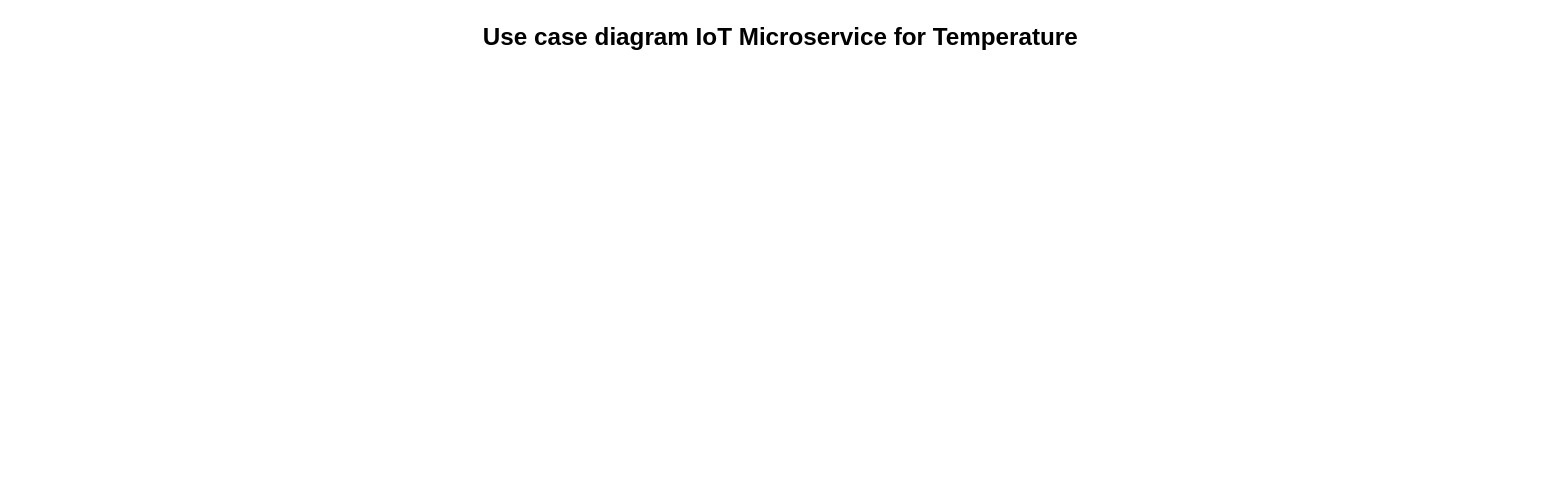
vincentbriat/vincentbriat keeps this draw.io diagram as Advanced_programming_use_case.drawio. Above is the earlier version. Source tidied: cells renumbered, new cells numbered last; positions are measured from the earlier drawing's top-left corner, leaving out a move shared by most shapes. Both pictures are drawn from the tidied source at 101%, with x=0, y=0 at pixel (17, 17).
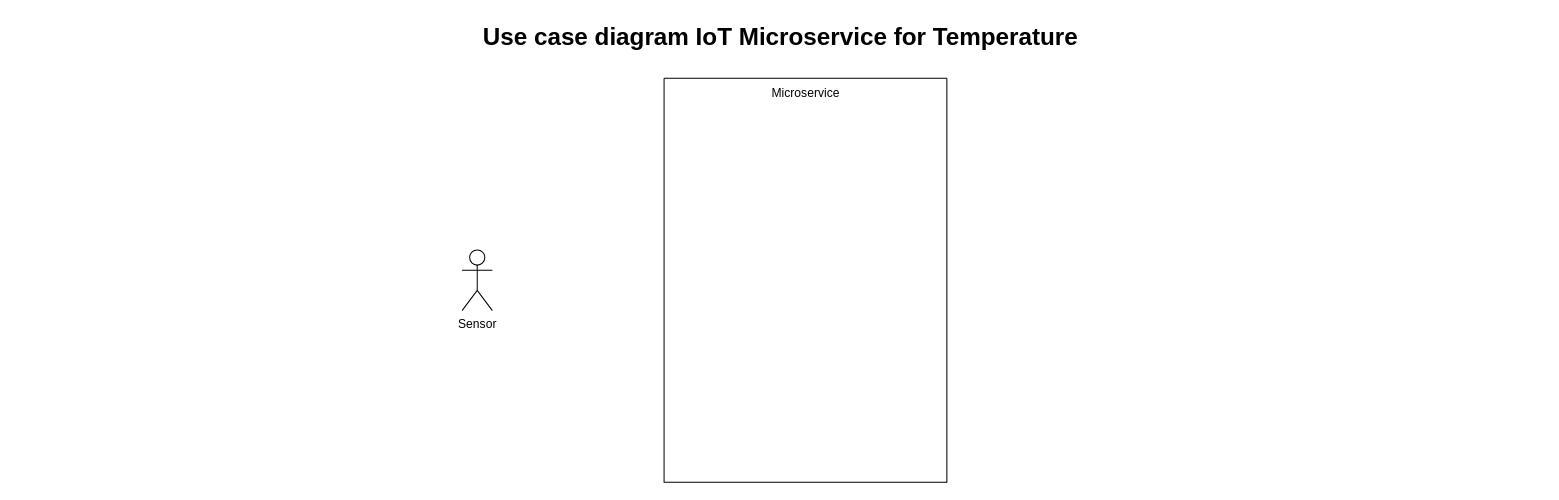
The same page after the edit.

What changed in the source:
```diff
@@
 <mxGraphModel>
   <root>
     <mxCell id="0" />
     <mxCell id="1" parent="0" />
     <mxCell id="2" value="Use case diagram IoT Microservice for Temperature" style="text;strokeColor=none;fillColor=none;html=1;fontSize=24;fontStyle=1;verticalAlign=middle;align=center;" parent="1" vertex="1">
       <mxGeometry width="1510" height="40" as="geometry" />
     </mxCell>
+    <mxCell id="3" style="swimlane;startSize=0;" parent="1" vertex="1">
+      <mxGeometry x="640" y="60" width="280" height="400" as="geometry" />
+    </mxCell>
+    <mxCell id="4" value="Microservice" style="text;html=1;align=center;verticalAlign=middle;strokeColor=none;fillColor=none;" parent="3" vertex="1">
+      <mxGeometry x="95" width="90" height="30" as="geometry" />
+    </mxCell>
+    <mxCell id="5" value="Sensor" style="shape=umlActor;verticalLabelPosition=bottom;verticalAlign=top;html=1;" parent="1" vertex="1">
+      <mxGeometry x="440" y="230" width="30" height="60" as="geometry" />
+    </mxCell>
   </root>
 </mxGraphModel>
```
